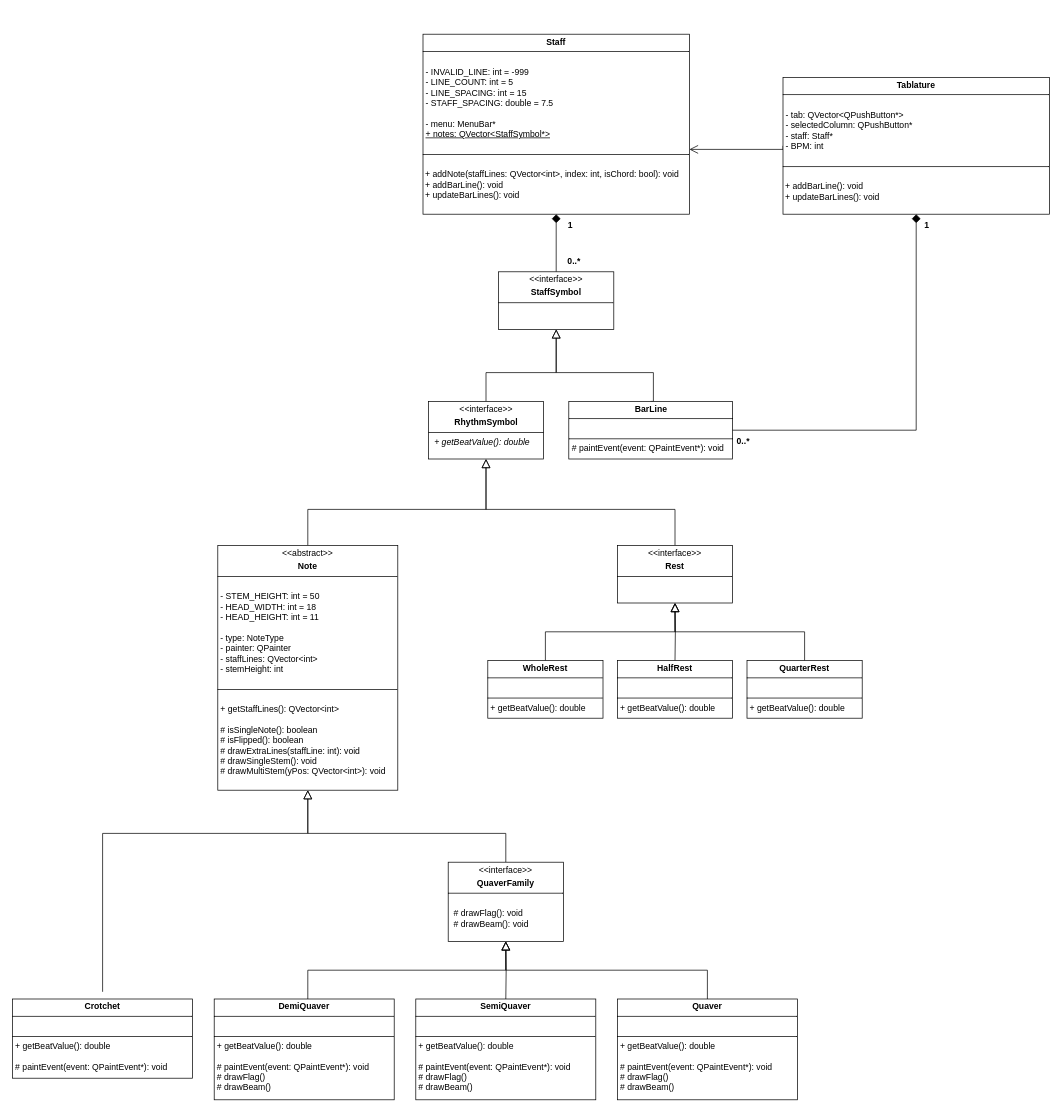
Before: UMLDiagram.drawio in EthanL285/TabPro, a draw.io diagram. Source tidied: cells renumbered, new cells numbered last; positions are measured from the earlier drawing's top-left corner, leaving out a move shared by most shapes. Both pictures are drawn from the tidied source at 72%, with x=0, y=0 at pixel (12, 34).
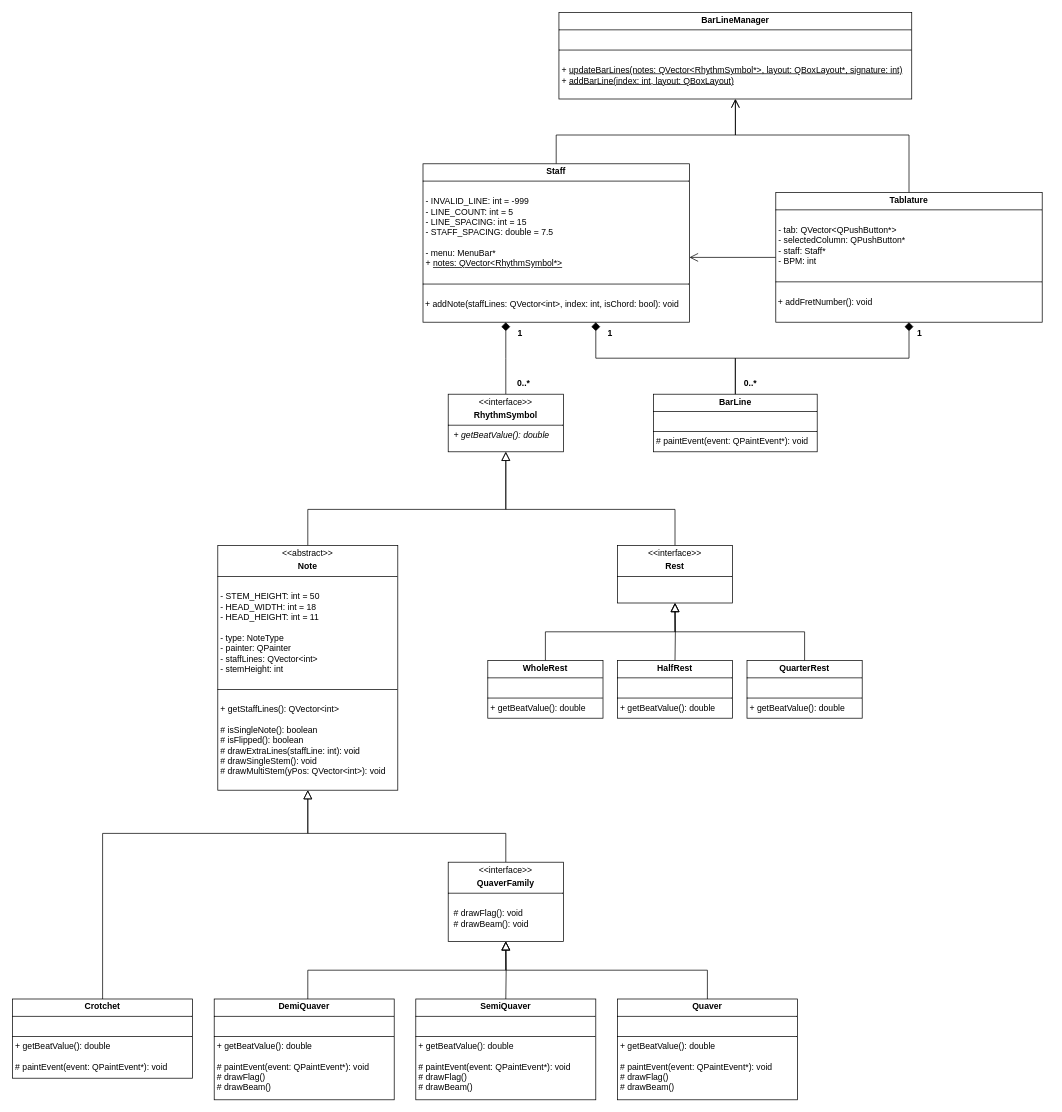
The same diagram, later.

Commit message:
Update UMLDiagram - Removed StaffSymbol and added BarLineManager

Unchanged cells that the change refers to:
```xml
<mxCell id="3" value="&lt;p style=&quot;margin:0px;margin-top:4px;text-align:center;&quot;&gt;&amp;lt;&amp;lt;abstract&amp;gt;&amp;gt;&lt;/p&gt;&lt;p style=&quot;margin:0px;margin-top:4px;text-align:center;&quot;&gt;&lt;b&gt;Note&lt;/b&gt;&lt;/p&gt;&lt;hr size=&quot;1&quot; style=&quot;border-style:solid;&quot;&gt;&lt;p style=&quot;margin:0px;margin-left:4px;&quot;&gt;&lt;br&gt;&lt;/p&gt;&lt;p style=&quot;margin:0px;margin-left:4px;&quot;&gt;&lt;span style=&quot;background-color: initial;&quot;&gt;- STEM_HEIGHT: int = 50&lt;/span&gt;&lt;/p&gt;&lt;p style=&quot;margin:0px;margin-left:4px;&quot;&gt;- HEAD_WIDTH: int = 18&lt;/p&gt;&lt;p style=&quot;margin:0px;margin-left:4px;&quot;&gt;- HEAD_HEIGHT: int = 11&lt;/p&gt;&lt;p style=&quot;margin:0px;margin-left:4px;&quot;&gt;&lt;br&gt;&lt;/p&gt;&lt;p style=&quot;margin:0px;margin-left:4px;&quot;&gt;- type: NoteType&lt;/p&gt;&lt;p style=&quot;margin:0px;margin-left:4px;&quot;&gt;- painter: QPainter&lt;/p&gt;&lt;p style=&quot;margin:0px;margin-left:4px;&quot;&gt;- staffLines: QVector&amp;lt;int&amp;gt;&lt;/p&gt;&lt;p style=&quot;margin:0px;margin-left:4px;&quot;&gt;- stemHeight: int&lt;/p&gt;&lt;p style=&quot;margin:0px;margin-left:4px;&quot;&gt;&lt;br&gt;&lt;/p&gt;&lt;hr size=&quot;1&quot; style=&quot;border-style:solid;&quot;&gt;&lt;br&gt;&lt;p style=&quot;margin:0px;margin-left:4px;&quot;&gt;+ getStaffLines(): QVector&amp;lt;int&amp;gt;&lt;/p&gt;&lt;p style=&quot;margin:0px;margin-left:4px;&quot;&gt;&lt;br&gt;&lt;/p&gt;&lt;p style=&quot;margin:0px;margin-left:4px;&quot;&gt;# isSingleNote(): boolean&lt;/p&gt;&lt;p style=&quot;margin:0px;margin-left:4px;&quot;&gt;# isFlipped(): boolean&lt;/p&gt;&lt;p style=&quot;margin:0px;margin-left:4px;&quot;&gt;# drawExtraLines(staffLine: int): void&lt;/p&gt;&lt;p style=&quot;margin:0px;margin-left:4px;&quot;&gt;# drawSingleStem(): void&lt;/p&gt;&lt;p style=&quot;margin:0px;margin-left:4px;&quot;&gt;# drawMultiStem(yPos: QVector&amp;lt;int&amp;gt;): void&lt;/p&gt;" style="verticalAlign=top;align=left;overflow=fill;html=1;whiteSpace=wrap;" parent="1" vertex="1">
  <mxGeometry x="285" y="710" width="250" height="340" as="geometry" />
</mxCell>
<mxCell id="15" value="&lt;p style=&quot;margin: 4px 0px 0px; text-align: center;&quot;&gt;&amp;lt;&amp;lt;interface&amp;gt;&amp;gt;&lt;/p&gt;&lt;p style=&quot;margin: 4px 0px 0px; text-align: center;&quot;&gt;&lt;b&gt;Rest&lt;/b&gt;&lt;/p&gt;&lt;hr size=&quot;1&quot; style=&quot;border-style:solid;&quot;&gt;&lt;p style=&quot;margin:0px;margin-left:8px;&quot;&gt;&lt;br&gt;&lt;/p&gt;&lt;p style=&quot;margin:0px;margin-left:8px;&quot;&gt;&lt;br&gt;&lt;/p&gt;" style="verticalAlign=top;align=left;overflow=fill;html=1;whiteSpace=wrap;" parent="1" vertex="1">
  <mxGeometry x="840" y="710" width="160" height="80" as="geometry" />
</mxCell>
<mxCell id="30" value="&lt;p style=&quot;margin:0px;margin-top:4px;text-align:center;&quot;&gt;&lt;b&gt;Crotchet&lt;/b&gt;&lt;/p&gt;&lt;hr size=&quot;1&quot; style=&quot;border-style:solid;&quot;&gt;&lt;p style=&quot;margin:0px;margin-left:4px;&quot;&gt;&lt;br&gt;&lt;/p&gt;&lt;hr size=&quot;1&quot; style=&quot;border-style:solid;&quot;&gt;&lt;p style=&quot;margin: 0px 0px 0px 4px;&quot;&gt;+ getBeatValue(): double&lt;/p&gt;&lt;p style=&quot;margin: 0px 0px 0px 4px;&quot;&gt;&lt;br&gt;&lt;/p&gt;&lt;p style=&quot;margin: 0px 0px 0px 4px;&quot;&gt;# paintEvent(event: QPaintEvent*): void&lt;/p&gt;" style="verticalAlign=top;align=left;overflow=fill;html=1;whiteSpace=wrap;" parent="1" vertex="1">
  <mxGeometry y="1340" width="250" height="110" as="geometry" />
</mxCell>
```

What changed in the source:
```diff
@@
-    <mxCell id="2" style="edgeStyle=orthogonalEdgeStyle;rounded=0;jettySize=auto;html=1;entryX=0.5;entryY=1;entryDx=0;entryDy=0;endArrow=block;endFill=0;endSize=10;" parent="1" edge="1" source="3" target="13">
+    <mxCell id="2" style="edgeStyle=orthogonalEdgeStyle;rounded=0;jettySize=auto;html=1;endArrow=block;endFill=0;endSize=10;entryX=0.5;entryY=1;entryDx=0;entryDy=0;" parent="1" edge="1" source="3" target="11">
       <mxGeometry relative="1" as="geometry">
         <Array as="points">
           <mxPoint x="410" y="660" />
-          <mxPoint x="658" y="660" />
+          <mxPoint x="685" y="660" />
         </Array>
       </mxGeometry>
     </mxCell>
@@
-    <mxCell id="9" style="edgeStyle=orthogonalEdgeStyle;rounded=0;jettySize=auto;html=1;entryX=0.5;entryY=1;entryDx=0;entryDy=0;endArrow=block;endFill=0;endSize=10;" parent="1" edge="1" target="3">
+    <mxCell id="9" style="edgeStyle=orthogonalEdgeStyle;rounded=0;jettySize=auto;html=1;entryX=0.5;entryY=1;entryDx=0;entryDy=0;endArrow=block;endFill=0;endSize=10;exitX=0.5;exitY=0;exitDx=0;exitDy=0;" parent="1" edge="1" source="30" target="3">
       <mxGeometry relative="1" as="geometry">
-        <mxPoint x="125" y="1330" as="sourcePoint" />
         <Array as="points">
           <mxPoint x="125" y="1110" />
           <mxPoint x="410" y="1110" />
         </Array>
       </mxGeometry>
     </mxCell>
-    <mxCell id="10" style="edgeStyle=orthogonalEdgeStyle;rounded=0;jettySize=auto;html=1;entryX=0.5;entryY=1;entryDx=0;entryDy=0;endArrow=diamond;endFill=1;endSize=10;startSize=8;" parent="1" edge="1" source="11" target="19">
-      <mxGeometry relative="1" as="geometry" />
+    <mxCell id="10" style="edgeStyle=orthogonalEdgeStyle;rounded=0;jettySize=auto;html=1;entryX=0.5;entryY=1;entryDx=0;entryDy=0;endArrow=diamond;endFill=1;endSize=10;startSize=8;" parent="1" edge="1" source="11">
+      <mxGeometry relative="1" as="geometry">
+        <mxPoint x="685" y="400" as="targetPoint" />
+      </mxGeometry>
     </mxCell>
-    <mxCell id="11" value="&lt;p style=&quot;margin: 4px 0px 0px; text-align: center;&quot;&gt;&amp;lt;&amp;lt;interface&amp;gt;&amp;gt;&lt;/p&gt;&lt;p style=&quot;margin: 4px 0px 0px; text-align: center;&quot;&gt;&lt;b&gt;StaffSymbol&lt;/b&gt;&lt;/p&gt;&lt;hr size=&quot;1&quot; style=&quot;border-style:solid;&quot;&gt;&lt;p style=&quot;margin:0px;margin-left:8px;&quot;&gt;&lt;br&gt;&lt;/p&gt;" style="verticalAlign=top;align=left;overflow=fill;html=1;whiteSpace=wrap;" parent="1" vertex="1">
-      <mxGeometry x="675" y="330" width="160" height="80" as="geometry" />
+    <mxCell id="11" value="&lt;p style=&quot;margin: 4px 0px 0px; text-align: center;&quot;&gt;&amp;lt;&amp;lt;interface&amp;gt;&amp;gt;&lt;/p&gt;&lt;p style=&quot;margin: 4px 0px 0px; text-align: center;&quot;&gt;&lt;b&gt;RhythmSymbol&lt;/b&gt;&lt;/p&gt;&lt;hr size=&quot;1&quot; style=&quot;border-style:solid;&quot;&gt;&lt;p style=&quot;margin:0px;margin-left:8px;&quot;&gt;&lt;i&gt;+ getBeatValue(): double&lt;/i&gt;&lt;/p&gt;" style="verticalAlign=top;align=left;overflow=fill;html=1;whiteSpace=wrap;" parent="1" vertex="1">
+      <mxGeometry x="605" y="500" width="160" height="80" as="geometry" />
     </mxCell>
-    <mxCell id="12" style="edgeStyle=orthogonalEdgeStyle;rounded=0;jettySize=auto;html=1;entryX=0.5;entryY=1;entryDx=0;entryDy=0;endArrow=block;endFill=0;endSize=10;" parent="1" edge="1" source="13" target="11">
-      <mxGeometry relative="1" as="geometry">
-        <Array as="points">
-          <mxPoint x="658" y="470" />
-          <mxPoint x="755" y="470" />
-        </Array>
-      </mxGeometry>
-    </mxCell>
-    <mxCell id="13" value="&lt;p style=&quot;margin: 4px 0px 0px; text-align: center;&quot;&gt;&amp;lt;&amp;lt;interface&amp;gt;&amp;gt;&lt;/p&gt;&lt;p style=&quot;margin: 4px 0px 0px; text-align: center;&quot;&gt;&lt;b&gt;RhythmSymbol&lt;/b&gt;&lt;/p&gt;&lt;hr size=&quot;1&quot; style=&quot;border-style:solid;&quot;&gt;&lt;p style=&quot;margin:0px;margin-left:8px;&quot;&gt;&lt;span style=&quot;background-color: initial;&quot;&gt;&lt;i&gt;+ getBeatValue(): double&lt;/i&gt;&lt;/span&gt;&lt;/p&gt;" style="verticalAlign=top;align=left;overflow=fill;html=1;whiteSpace=wrap;" parent="1" vertex="1">
-      <mxGeometry x="577.5" y="510" width="160" height="80" as="geometry" />
-    </mxCell>
-    <mxCell id="14" style="edgeStyle=orthogonalEdgeStyle;rounded=0;jettySize=auto;html=1;entryX=0.5;entryY=1;entryDx=0;entryDy=0;endArrow=block;endFill=0;endSize=10;" parent="1" edge="1" source="15" target="13">
-      <mxGeometry relative="1" as="geometry">
-        <Array as="points">
-          <mxPoint x="920" y="660" />
-          <mxPoint x="658" y="660" />
-        </Array>
-      </mxGeometry>
-    </mxCell>
+    <mxCell id="36" style="edgeStyle=orthogonalEdgeStyle;rounded=0;jettySize=auto;html=1;entryX=0.5;entryY=1;entryDx=0;entryDy=0;endArrow=block;endFill=0;endSize=10;" parent="1" edge="1" source="15" target="11">
+      <mxGeometry relative="1" as="geometry">
+        <Array as="points">
+          <mxPoint x="920" y="660" />
+          <mxPoint x="685" y="660" />
+        </Array>
+      </mxGeometry>
+    </mxCell>
@@
+    <mxCell id="37" style="edgeStyle=orthogonalEdgeStyle;rounded=0;jettySize=auto;html=1;endArrow=open;endFill=0;endSize=10;" parent="1" edge="1" source="19" target="41">
+      <mxGeometry relative="1" as="geometry">
+        <Array as="points">
+          <mxPoint x="755" y="140" />
+          <mxPoint x="1004" y="140" />
+        </Array>
+      </mxGeometry>
+    </mxCell>
-    <mxCell id="19" value="&lt;p style=&quot;margin:0px;margin-top:4px;text-align:center;&quot;&gt;&lt;b style=&quot;background-color: initial;&quot;&gt;Staff&lt;/b&gt;&lt;/p&gt;&lt;hr size=&quot;1&quot; style=&quot;border-style:solid;&quot;&gt;&lt;p style=&quot;margin:0px;margin-left:4px;&quot;&gt;&lt;br&gt;&lt;/p&gt;&lt;p style=&quot;margin:0px;margin-left:4px;&quot;&gt;- INVALID_LINE: int = -999&lt;/p&gt;&lt;p style=&quot;margin:0px;margin-left:4px;&quot;&gt;&lt;span style=&quot;background-color: initial;&quot;&gt;- LINE_COUNT: int = 5&lt;/span&gt;&lt;/p&gt;&lt;p style=&quot;margin:0px;margin-left:4px;&quot;&gt;- LINE_SPACING: int = 15&lt;/p&gt;&lt;p style=&quot;margin: 0px 0px 0px 4px;&quot;&gt;- STAFF_SPACING: double = 7.5&lt;/p&gt;&lt;div&gt;&lt;br&gt;&lt;/div&gt;&lt;p style=&quot;margin:0px;margin-left:4px;&quot;&gt;&lt;span style=&quot;background-color: initial;&quot;&gt;- menu: MenuBar*&lt;/span&gt;&lt;/p&gt;&lt;p style=&quot;margin:0px;margin-left:4px;&quot;&gt;&lt;span style=&quot;background-color: initial;&quot;&gt;&lt;u&gt;+ notes: QVector&amp;lt;StaffSymbol*&amp;gt;&lt;/u&gt;&lt;/span&gt;&lt;/p&gt;&lt;p style=&quot;margin:0px;margin-left:4px;&quot;&gt;&lt;br&gt;&lt;/p&gt;&lt;hr size=&quot;1&quot; style=&quot;border-style:solid;&quot;&gt;&lt;br&gt;&lt;div&gt;&amp;nbsp;+ addNote(staffLines: QVector&amp;lt;int&amp;gt;, index: int, isChord: bool): void&lt;/div&gt;&lt;div&gt;&amp;nbsp;+ addBarLine(): void&lt;/div&gt;&lt;div&gt;&amp;nbsp;+ updateBarLines(): void&lt;/div&gt;&lt;div&gt;&lt;span style=&quot;background-color: initial;&quot;&gt;&lt;br&gt;&lt;/span&gt;&lt;/div&gt;&lt;div&gt;&lt;br&gt;&lt;/div&gt;&lt;div&gt;&lt;br&gt;&lt;br&gt;&lt;/div&gt;&lt;div&gt;&lt;br&gt;&lt;/div&gt;&lt;div&gt;&lt;br&gt;&lt;/div&gt;&lt;div&gt;&lt;br&gt;&lt;/div&gt;&lt;div&gt;&lt;br&gt;&lt;/div&gt;&lt;div&gt;&lt;br&gt;&lt;br&gt;&lt;/div&gt;" style="verticalAlign=top;align=left;overflow=fill;html=1;whiteSpace=wrap;" parent="1" vertex="1">
-      <mxGeometry x="570" width="370" height="250" as="geometry" />
+    <mxCell id="19" value="&lt;p style=&quot;margin:0px;margin-top:4px;text-align:center;&quot;&gt;&lt;b style=&quot;background-color: initial;&quot;&gt;Staff&lt;/b&gt;&lt;/p&gt;&lt;hr size=&quot;1&quot; style=&quot;border-style:solid;&quot;&gt;&lt;p style=&quot;margin:0px;margin-left:4px;&quot;&gt;&lt;br&gt;&lt;/p&gt;&lt;p style=&quot;margin:0px;margin-left:4px;&quot;&gt;- INVALID_LINE: int = -999&lt;/p&gt;&lt;p style=&quot;margin:0px;margin-left:4px;&quot;&gt;&lt;span style=&quot;background-color: initial;&quot;&gt;- LINE_COUNT: int = 5&lt;/span&gt;&lt;/p&gt;&lt;p style=&quot;margin:0px;margin-left:4px;&quot;&gt;- LINE_SPACING: int = 15&lt;/p&gt;&lt;p style=&quot;margin: 0px 0px 0px 4px;&quot;&gt;- STAFF_SPACING: double = 7.5&lt;/p&gt;&lt;div&gt;&lt;br&gt;&lt;/div&gt;&lt;p style=&quot;margin:0px;margin-left:4px;&quot;&gt;&lt;span style=&quot;background-color: initial;&quot;&gt;- menu: MenuBar*&lt;/span&gt;&lt;/p&gt;&lt;p style=&quot;margin:0px;margin-left:4px;&quot;&gt;&lt;span style=&quot;background-color: initial;&quot;&gt;+ &lt;u&gt;notes: QVector&amp;lt;RhythmSymbol*&amp;gt;&lt;/u&gt;&lt;/span&gt;&lt;/p&gt;&lt;p style=&quot;margin:0px;margin-left:4px;&quot;&gt;&lt;br&gt;&lt;/p&gt;&lt;hr size=&quot;1&quot; style=&quot;border-style:solid;&quot;&gt;&lt;br&gt;&lt;div&gt;&amp;nbsp;+ addNote(staffLines: QVector&amp;lt;int&amp;gt;, index: int, isChord: bool): void&lt;/div&gt;&lt;div&gt;&lt;br&gt;&lt;br&gt;&lt;/div&gt;&lt;div&gt;&lt;br&gt;&lt;/div&gt;&lt;div&gt;&lt;br&gt;&lt;/div&gt;&lt;div&gt;&lt;br&gt;&lt;/div&gt;&lt;div&gt;&lt;br&gt;&lt;/div&gt;&lt;div&gt;&lt;br&gt;&lt;br&gt;&lt;/div&gt;" style="verticalAlign=top;align=left;overflow=fill;html=1;whiteSpace=wrap;" parent="1" vertex="1">
+      <mxGeometry x="570" y="180" width="370" height="220" as="geometry" />
     </mxCell>
     <mxCell id="20" value="&lt;b&gt;1&lt;/b&gt;" style="text;html=1;align=center;verticalAlign=middle;whiteSpace=wrap;rounded=0;" parent="1" vertex="1">
-      <mxGeometry x="765" y="250" width="20" height="30" as="geometry" />
+      <mxGeometry x="695" y="400" width="20" height="30" as="geometry" />
     </mxCell>
     <mxCell id="21" value="&lt;b&gt;0..*&lt;/b&gt;" style="text;html=1;align=center;verticalAlign=middle;whiteSpace=wrap;rounded=0;" parent="1" vertex="1">
-      <mxGeometry x="765" y="300" width="30" height="30" as="geometry" />
+      <mxGeometry x="695" y="470" width="30" height="30" as="geometry" />
     </mxCell>
-    <mxCell id="22" style="edgeStyle=orthogonalEdgeStyle;rounded=0;jettySize=auto;html=1;endSize=10;endArrow=block;endFill=0;exitX=0.5;exitY=0;exitDx=0;exitDy=0;" parent="1" edge="1" source="23" target="11">
-      <mxGeometry relative="1" as="geometry">
-        <Array as="points">
-          <mxPoint x="890" y="510" />
-          <mxPoint x="890" y="470" />
-          <mxPoint x="755" y="470" />
-        </Array>
-      </mxGeometry>
-    </mxCell>
+    <mxCell id="38" style="edgeStyle=orthogonalEdgeStyle;rounded=0;jettySize=auto;html=1;entryX=0.75;entryY=1;entryDx=0;entryDy=0;endArrow=diamond;endFill=1;endSize=10;" parent="1" edge="1" source="23">
+      <mxGeometry relative="1" as="geometry">
+        <mxPoint x="810" y="400" as="targetPoint" />
+        <Array as="points">
+          <mxPoint x="1004" y="450" />
+          <mxPoint x="810" y="450" />
+        </Array>
+      </mxGeometry>
+    </mxCell>
     <mxCell id="23" value="&lt;p style=&quot;margin:0px;margin-top:4px;text-align:center;&quot;&gt;&lt;b&gt;BarLine&lt;/b&gt;&lt;/p&gt;&lt;hr size=&quot;1&quot; style=&quot;border-style:solid;&quot;&gt;&lt;p style=&quot;margin:0px;margin-left:4px;&quot;&gt;&lt;br&gt;&lt;/p&gt;&lt;hr size=&quot;1&quot; style=&quot;border-style:solid;&quot;&gt;&lt;p style=&quot;margin: 0px 0px 0px 4px;&quot;&gt;# paintEvent(event: QPaintEvent*): void&lt;/p&gt;&lt;div&gt;&lt;br&gt;&lt;/div&gt;" style="verticalAlign=top;align=left;overflow=fill;html=1;whiteSpace=wrap;" parent="1" vertex="1">
-      <mxGeometry x="772.5" y="510" width="227.5" height="80" as="geometry" />
+      <mxGeometry x="890" y="500" width="227.5" height="80" as="geometry" />
     </mxCell>
@@
     <mxCell id="31" style="edgeStyle=orthogonalEdgeStyle;rounded=0;jettySize=auto;html=1;endSize=10;endArrow=diamond;endFill=1;" parent="1" edge="1" source="23" target="33">
-      <mxGeometry relative="1" as="geometry" />
+      <mxGeometry relative="1" as="geometry">
+        <Array as="points">
+          <mxPoint x="1004" y="450" />
+          <mxPoint x="1245" y="450" />
+        </Array>
+      </mxGeometry>
     </mxCell>
     <mxCell id="32" style="edgeStyle=orthogonalEdgeStyle;rounded=0;jettySize=auto;html=1;exitX=0;exitY=0.5;exitDx=0;exitDy=0;endArrow=open;endFill=0;endSize=10;" parent="1" edge="1" source="33" target="19">
       <mxGeometry relative="1" as="geometry">
         <Array as="points">
-          <mxPoint x="1020" y="160" />
-          <mxPoint x="1020" y="160" />
+          <mxPoint x="1020" y="310" />
+          <mxPoint x="1020" y="310" />
         </Array>
       </mxGeometry>
     </mxCell>
+    <mxCell id="39" style="edgeStyle=orthogonalEdgeStyle;rounded=0;jettySize=auto;html=1;entryX=0.5;entryY=1;entryDx=0;entryDy=0;endSize=10;endArrow=open;endFill=0;" parent="1" edge="1" source="33" target="41">
+      <mxGeometry relative="1" as="geometry">
+        <Array as="points">
+          <mxPoint x="1245" y="140" />
+          <mxPoint x="1004" y="140" />
+        </Array>
+      </mxGeometry>
+    </mxCell>
-    <mxCell id="33" value="&lt;p style=&quot;margin:0px;margin-top:4px;text-align:center;&quot;&gt;&lt;b&gt;Tablature&lt;/b&gt;&lt;/p&gt;&lt;hr size=&quot;1&quot; style=&quot;border-style:solid;&quot;&gt;&lt;p style=&quot;margin:0px;margin-left:4px;&quot;&gt;&lt;br&gt;&lt;/p&gt;&lt;p style=&quot;margin:0px;margin-left:4px;&quot;&gt;- tab: QVector&amp;lt;QPushButton*&amp;gt;&lt;/p&gt;&lt;p style=&quot;margin:0px;margin-left:4px;&quot;&gt;- selectedColumn: QPushButton*&lt;/p&gt;&lt;p style=&quot;margin:0px;margin-left:4px;&quot;&gt;- staff: Staff*&lt;/p&gt;&lt;p style=&quot;margin:0px;margin-left:4px;&quot;&gt;- BPM: int&lt;/p&gt;&lt;p style=&quot;margin:0px;margin-left:4px;&quot;&gt;&lt;br&gt;&lt;/p&gt;&lt;hr size=&quot;1&quot; style=&quot;border-style:solid;&quot;&gt;&lt;br&gt;&lt;div&gt;&amp;nbsp;+ addBarLine(): void&lt;/div&gt;&lt;div&gt;&amp;nbsp;+ updateBarLines(): void&lt;/div&gt;&lt;div&gt;&lt;br&gt;&lt;/div&gt;" style="verticalAlign=top;align=left;overflow=fill;html=1;whiteSpace=wrap;" parent="1" vertex="1">
-      <mxGeometry x="1070" y="60" width="370" height="190" as="geometry" />
+    <mxCell id="33" value="&lt;p style=&quot;margin:0px;margin-top:4px;text-align:center;&quot;&gt;&lt;b&gt;Tablature&lt;/b&gt;&lt;/p&gt;&lt;hr size=&quot;1&quot; style=&quot;border-style:solid;&quot;&gt;&lt;p style=&quot;margin:0px;margin-left:4px;&quot;&gt;&lt;br&gt;&lt;/p&gt;&lt;p style=&quot;margin:0px;margin-left:4px;&quot;&gt;- tab: QVector&amp;lt;QPushButton*&amp;gt;&lt;/p&gt;&lt;p style=&quot;margin:0px;margin-left:4px;&quot;&gt;- selectedColumn: QPushButton*&lt;/p&gt;&lt;p style=&quot;margin:0px;margin-left:4px;&quot;&gt;- staff: Staff*&lt;/p&gt;&lt;p style=&quot;margin:0px;margin-left:4px;&quot;&gt;- BPM: int&lt;/p&gt;&lt;p style=&quot;margin:0px;margin-left:4px;&quot;&gt;&lt;br&gt;&lt;/p&gt;&lt;hr size=&quot;1&quot; style=&quot;border-style:solid;&quot;&gt;&lt;br&gt;&lt;div&gt;&amp;nbsp;+ addFretNumber(): void&lt;/div&gt;&lt;div&gt;&lt;br&gt;&lt;/div&gt;" style="verticalAlign=top;align=left;overflow=fill;html=1;whiteSpace=wrap;" parent="1" vertex="1">
+      <mxGeometry x="1060" y="220" width="370" height="180" as="geometry" />
     </mxCell>
     <mxCell id="34" value="&lt;b&gt;0..*&lt;/b&gt;" style="text;html=1;align=center;verticalAlign=middle;whiteSpace=wrap;rounded=0;" parent="1" vertex="1">
-      <mxGeometry x="1000" y="550" width="30" height="30" as="geometry" />
+      <mxGeometry x="1010" y="470" width="30" height="30" as="geometry" />
     </mxCell>
     <mxCell id="35" value="&lt;b&gt;1&lt;/b&gt;" style="text;html=1;align=center;verticalAlign=middle;whiteSpace=wrap;rounded=0;" parent="1" vertex="1">
-      <mxGeometry x="1260" y="250" width="20" height="30" as="geometry" />
+      <mxGeometry x="1250" y="400" width="20" height="30" as="geometry" />
     </mxCell>
+    <mxCell id="40" value="&lt;b&gt;1&lt;/b&gt;" style="text;html=1;align=center;verticalAlign=middle;whiteSpace=wrap;rounded=0;" parent="1" vertex="1">
+      <mxGeometry x="820" y="400" width="20" height="30" as="geometry" />
+    </mxCell>
+    <mxCell id="41" value="&lt;p style=&quot;margin:0px;margin-top:4px;text-align:center;&quot;&gt;&lt;b&gt;BarLineManager&lt;/b&gt;&lt;/p&gt;&lt;hr size=&quot;1&quot; style=&quot;border-style:solid;&quot;&gt;&lt;p style=&quot;margin:0px;margin-left:4px;&quot;&gt;&lt;br&gt;&lt;/p&gt;&lt;hr size=&quot;1&quot; style=&quot;border-style:solid;&quot;&gt;&lt;p style=&quot;margin: 0px 0px 0px 4px;&quot;&gt;&lt;br&gt;&lt;/p&gt;&lt;p style=&quot;margin: 0px 0px 0px 4px;&quot;&gt;+ &lt;u&gt;updateBarLines(notes: QVector&amp;lt;RhythmSymbol*&amp;gt;, layout: QBoxLayout*, signature: int)&lt;/u&gt;&lt;/p&gt;&lt;p style=&quot;margin: 0px 0px 0px 4px;&quot;&gt;+ &lt;u&gt;addBarLine(index: int, layout: QBoxLayout)&lt;/u&gt;&lt;/p&gt;" style="verticalAlign=top;align=left;overflow=fill;html=1;whiteSpace=wrap;" parent="1" vertex="1">
+      <mxGeometry x="758.8" y="-30" width="490" height="120" as="geometry" />
+    </mxCell>
```
